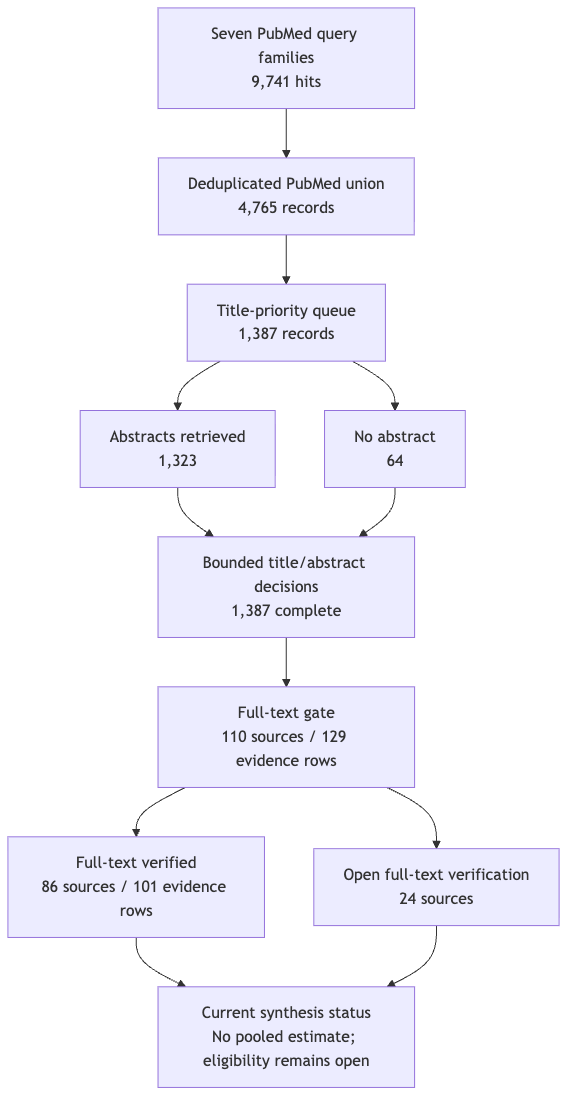
Earlier version of the Mermaid export manuscript/figures/figure-3-review-flow.png (dcmcshan/artemisia). Its source is kept beside it as manuscript/figures/figure-3-review-flow.mmd.
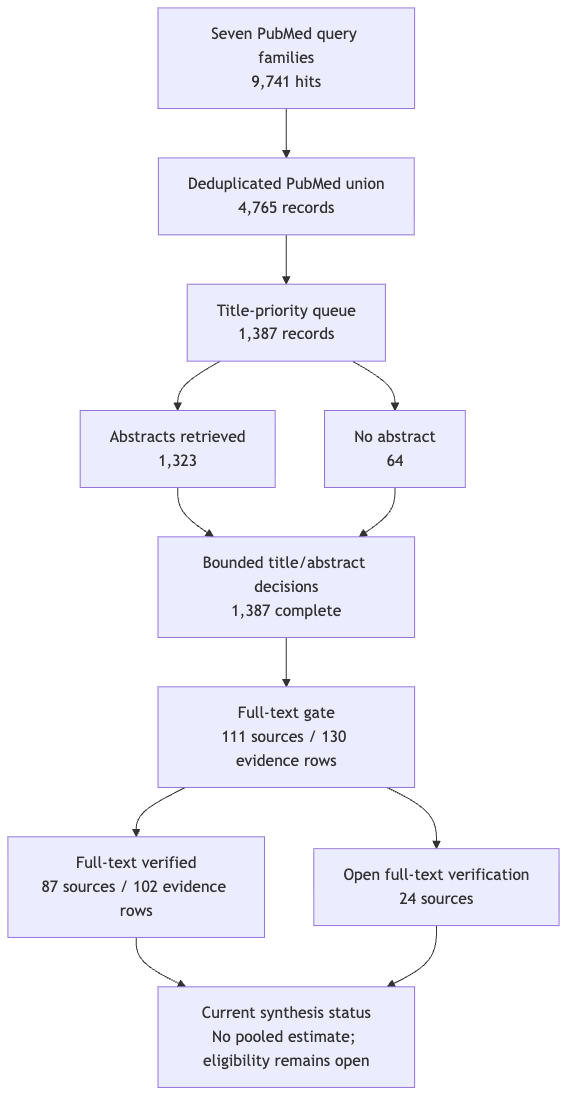
The same diagram one commit later.

The edit, as a diff of the source:
```diff
@@ -5,8 +5,8 @@
   C --> E["No abstract<br/>64"]
   D --> F["Bounded title/abstract decisions<br/>1,387 complete"]
   E --> F
-  F --> G["Full-text gate<br/>110 sources / 129 evidence rows"]
-  G --> H["Full-text verified<br/>86 sources / 101 evidence rows"]
+  F --> G["Full-text gate<br/>111 sources / 130 evidence rows"]
+  G --> H["Full-text verified<br/>87 sources / 102 evidence rows"]
   G --> I["Open full-text verification<br/>24 sources"]
   H --> J["Current synthesis status<br/>No pooled estimate; eligibility remains open"]
   I --> J
```
